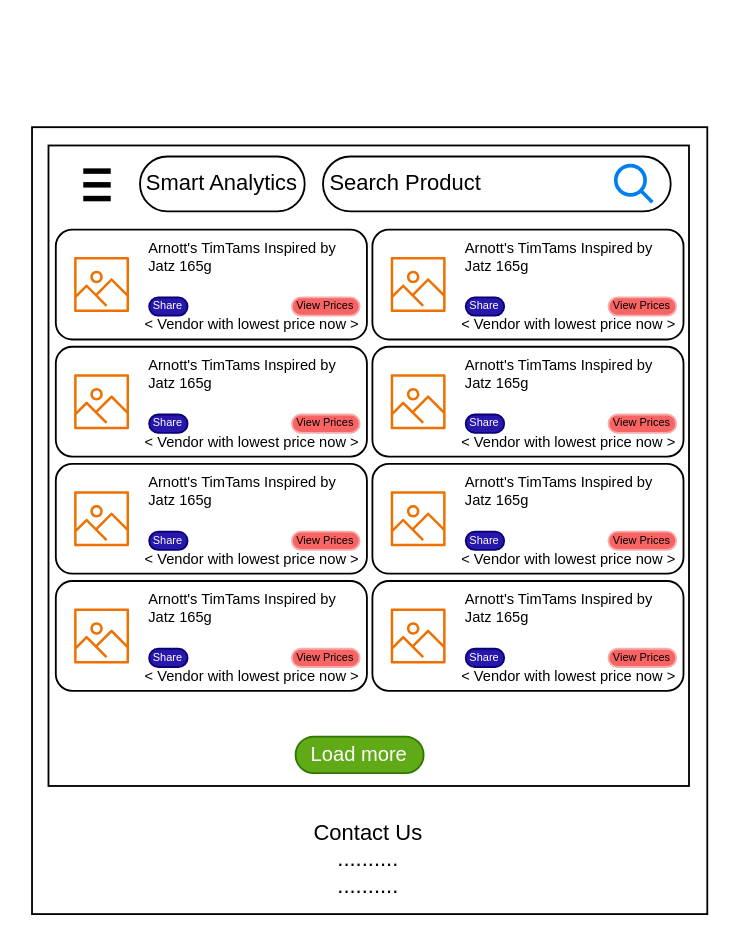
Above: page "Product Catalogue" (3 of 4) of app/static/mockup/draw-io-file/FE-Mockups.drawio in Kaichao-Zheng/CITS5505-GroupProject (draw.io), before the change. Source tidied: cells renumbered, new cells numbered last; positions are measured from the earlier drawing's top-left corner, leaving out a move shared by most shapes. Both pictures are drawn from the tidied source at 183%, with x=0, y=0 at pixel (31, 126).
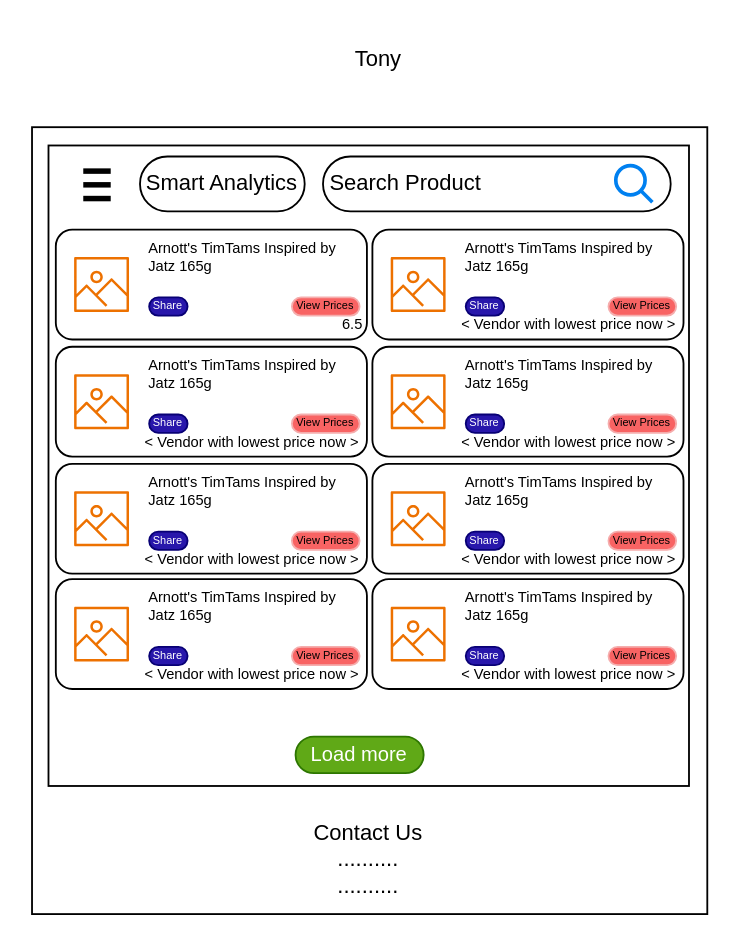
After the change.

The change refers to these unchanged cells:
```xml
<mxCell id="12" style="group;" parent="1" vertex="1">
  <mxGeometry x="13" y="56" width="170" height="60" as="geometry" />
</mxCell>
```

What changed in the source:
```diff
@@
-    <mxCell id="15" value="&amp;lt; Vendor with lowest price now &amp;gt;" style="text;html=1;align=left;verticalAlign=middle;whiteSpace=wrap;rounded=0;fontSize=8;" parent="12" vertex="1">
+    <mxCell id="15" value="6.5" style="text;html=1;align=right;verticalAlign=middle;whiteSpace=wrap;rounded=0;fontSize=8;" parent="12" vertex="1">
       <mxGeometry x="47" y="45" width="123" height="13" as="geometry" />
     </mxCell>
@@
-    <mxCell id="55" style="group;" parent="1" vertex="1">
-      <mxGeometry x="13" y="248" width="170" height="60" as="geometry" />
-    </mxCell>
-    <mxCell id="56" style="rounded=1;whiteSpace=wrap;html=1;" parent="55" vertex="1">
-      <mxGeometry width="170" height="60" as="geometry" />
-    </mxCell>
-    <mxCell id="57" value="Arnott's TimTams Inspired by Jatz 165g" style="text;html=1;align=left;verticalAlign=middle;whiteSpace=wrap;rounded=0;fontSize=8;" parent="55" vertex="1">
-      <mxGeometry x="49" width="111" height="30" as="geometry" />
-    </mxCell>
-    <mxCell id="58" value="&amp;lt; Vendor with lowest price now &amp;gt;" style="text;html=1;align=left;verticalAlign=middle;whiteSpace=wrap;rounded=0;fontSize=8;" parent="55" vertex="1">
-      <mxGeometry x="47" y="45" width="123" height="13" as="geometry" />
-    </mxCell>
-    <mxCell id="59" style="sketch=0;fontColor=#232F3E;gradientColor=none;fillColor=#ED7100;strokeColor=none;dashed=0;verticalLabelPosition=bottom;verticalAlign=top;align=center;html=1;fontSize=12;fontStyle=0;shape=mxgraph.aws4.container_registry_image;" parent="55" vertex="1">
-      <mxGeometry x="10" y="15" width="30" height="30" as="geometry" />
-    </mxCell>
-    <mxCell id="60" value="&lt;font style=&quot;font-size: 6px;&quot;&gt;Share&lt;/font&gt;" style="rounded=1;whiteSpace=wrap;html=1;arcSize=50;fillColor=#2817ab;gradientColor=none;strokeColor=#080075;fontColor=#ffffff;align=center;verticalAlign=middle;fontFamily=Helvetica;fontSize=6;" parent="55" vertex="1">
-      <mxGeometry x="51" y="37" width="21" height="10" as="geometry" />
-    </mxCell>
-    <mxCell id="61" value="View Prices" style="rounded=1;whiteSpace=wrap;html=1;arcSize=50;fillColor=#F86363;gradientColor=none;strokeColor=#f5adad;align=center;verticalAlign=middle;fontFamily=Helvetica;fontSize=6;" parent="55" vertex="1">
-      <mxGeometry x="129" y="37" width="37" height="10" as="geometry" />
-    </mxCell>
-    <mxCell id="62" style="group;" parent="1" vertex="1">
-      <mxGeometry x="186" y="248" width="170" height="60" as="geometry" />
-    </mxCell>
-    <mxCell id="63" style="rounded=1;whiteSpace=wrap;html=1;" parent="62" vertex="1">
-      <mxGeometry width="170" height="60" as="geometry" />
-    </mxCell>
-    <mxCell id="64" value="Arnott's TimTams Inspired by Jatz 165g" style="text;html=1;align=left;verticalAlign=middle;whiteSpace=wrap;rounded=0;fontSize=8;" parent="62" vertex="1">
-      <mxGeometry x="49" width="111" height="30" as="geometry" />
-    </mxCell>
-    <mxCell id="65" value="&amp;lt; Vendor with lowest price now &amp;gt;" style="text;html=1;align=left;verticalAlign=middle;whiteSpace=wrap;rounded=0;fontSize=8;" parent="62" vertex="1">
-      <mxGeometry x="47" y="45" width="123" height="13" as="geometry" />
-    </mxCell>
-    <mxCell id="66" style="sketch=0;fontColor=#232F3E;gradientColor=none;fillColor=#ED7100;strokeColor=none;dashed=0;verticalLabelPosition=bottom;verticalAlign=top;align=center;html=1;fontSize=12;fontStyle=0;shape=mxgraph.aws4.container_registry_image;" parent="62" vertex="1">
-      <mxGeometry x="10" y="15" width="30" height="30" as="geometry" />
-    </mxCell>
-    <mxCell id="67" value="&lt;font style=&quot;font-size: 6px;&quot;&gt;Share&lt;/font&gt;" style="rounded=1;whiteSpace=wrap;html=1;arcSize=50;fillColor=#2817ab;gradientColor=none;strokeColor=#080075;fontColor=#ffffff;align=center;verticalAlign=middle;fontFamily=Helvetica;fontSize=6;" parent="62" vertex="1">
-      <mxGeometry x="51" y="37" width="21" height="10" as="geometry" />
-    </mxCell>
-    <mxCell id="68" value="View Prices" style="rounded=1;whiteSpace=wrap;html=1;arcSize=50;fillColor=#F86363;gradientColor=none;strokeColor=#f5adad;align=center;verticalAlign=middle;fontFamily=Helvetica;fontSize=6;" parent="62" vertex="1">
-      <mxGeometry x="129" y="37" width="37" height="10" as="geometry" />
-    </mxCell>
+    <mxCell id="69" style="group;" parent="1" vertex="1">
+      <mxGeometry x="13" y="247" width="170" height="60" as="geometry" />
+    </mxCell>
+    <mxCell id="70" style="rounded=1;whiteSpace=wrap;html=1;" parent="69" vertex="1">
+      <mxGeometry width="170" height="60" as="geometry" />
+    </mxCell>
+    <mxCell id="71" value="Arnott's TimTams Inspired by Jatz 165g" style="text;html=1;align=left;verticalAlign=middle;whiteSpace=wrap;rounded=0;fontSize=8;" parent="69" vertex="1">
+      <mxGeometry x="49" width="111" height="30" as="geometry" />
+    </mxCell>
+    <mxCell id="72" value="&amp;lt; Vendor with lowest price now &amp;gt;" style="text;html=1;align=left;verticalAlign=middle;whiteSpace=wrap;rounded=0;fontSize=8;" parent="69" vertex="1">
+      <mxGeometry x="47" y="45" width="123" height="13" as="geometry" />
+    </mxCell>
+    <mxCell id="73" style="sketch=0;fontColor=#232F3E;gradientColor=none;fillColor=#ED7100;strokeColor=none;dashed=0;verticalLabelPosition=bottom;verticalAlign=top;align=center;html=1;fontSize=12;fontStyle=0;shape=mxgraph.aws4.container_registry_image;" parent="69" vertex="1">
+      <mxGeometry x="10" y="15" width="30" height="30" as="geometry" />
+    </mxCell>
+    <mxCell id="74" value="&lt;font style=&quot;font-size: 6px;&quot;&gt;Share&lt;/font&gt;" style="rounded=1;whiteSpace=wrap;html=1;arcSize=50;fillColor=#2817ab;gradientColor=none;strokeColor=#080075;fontColor=#ffffff;align=center;verticalAlign=middle;fontFamily=Helvetica;fontSize=6;" parent="69" vertex="1">
+      <mxGeometry x="51" y="37" width="21" height="10" as="geometry" />
+    </mxCell>
+    <mxCell id="75" value="View Prices" style="rounded=1;whiteSpace=wrap;html=1;arcSize=50;fillColor=#F86363;gradientColor=none;strokeColor=#f5adad;align=center;verticalAlign=middle;fontFamily=Helvetica;fontSize=6;" parent="69" vertex="1">
+      <mxGeometry x="129" y="37" width="37" height="10" as="geometry" />
+    </mxCell>
+    <mxCell id="76" style="group;" parent="1" vertex="1">
+      <mxGeometry x="186" y="247" width="170" height="60" as="geometry" />
+    </mxCell>
+    <mxCell id="77" style="rounded=1;whiteSpace=wrap;html=1;" parent="76" vertex="1">
+      <mxGeometry width="170" height="60" as="geometry" />
+    </mxCell>
+    <mxCell id="78" value="Arnott's TimTams Inspired by Jatz 165g" style="text;html=1;align=left;verticalAlign=middle;whiteSpace=wrap;rounded=0;fontSize=8;" parent="76" vertex="1">
+      <mxGeometry x="49" width="111" height="30" as="geometry" />
+    </mxCell>
+    <mxCell id="79" value="&amp;lt; Vendor with lowest price now &amp;gt;" style="text;html=1;align=left;verticalAlign=middle;whiteSpace=wrap;rounded=0;fontSize=8;" parent="76" vertex="1">
+      <mxGeometry x="47" y="45" width="123" height="13" as="geometry" />
+    </mxCell>
+    <mxCell id="80" style="sketch=0;fontColor=#232F3E;gradientColor=none;fillColor=#ED7100;strokeColor=none;dashed=0;verticalLabelPosition=bottom;verticalAlign=top;align=center;html=1;fontSize=12;fontStyle=0;shape=mxgraph.aws4.container_registry_image;" parent="76" vertex="1">
+      <mxGeometry x="10" y="15" width="30" height="30" as="geometry" />
+    </mxCell>
+    <mxCell id="81" value="&lt;font style=&quot;font-size: 6px;&quot;&gt;Share&lt;/font&gt;" style="rounded=1;whiteSpace=wrap;html=1;arcSize=50;fillColor=#2817ab;gradientColor=none;strokeColor=#080075;fontColor=#ffffff;align=center;verticalAlign=middle;fontFamily=Helvetica;fontSize=6;" parent="76" vertex="1">
+      <mxGeometry x="51" y="37" width="21" height="10" as="geometry" />
+    </mxCell>
+    <mxCell id="82" value="View Prices" style="rounded=1;whiteSpace=wrap;html=1;arcSize=50;fillColor=#F86363;gradientColor=none;strokeColor=#f5adad;align=center;verticalAlign=middle;fontFamily=Helvetica;fontSize=6;" parent="76" vertex="1">
+      <mxGeometry x="129" y="37" width="37" height="10" as="geometry" />
+    </mxCell>
+    <mxCell id="83" value="Tony" style="text;html=1;align=center;verticalAlign=middle;strokeColor=none;fillColor=none;" parent="1" vertex="1">
+      <mxGeometry x="164" y="-52" width="50" height="30" as="geometry" />
+    </mxCell>
```
